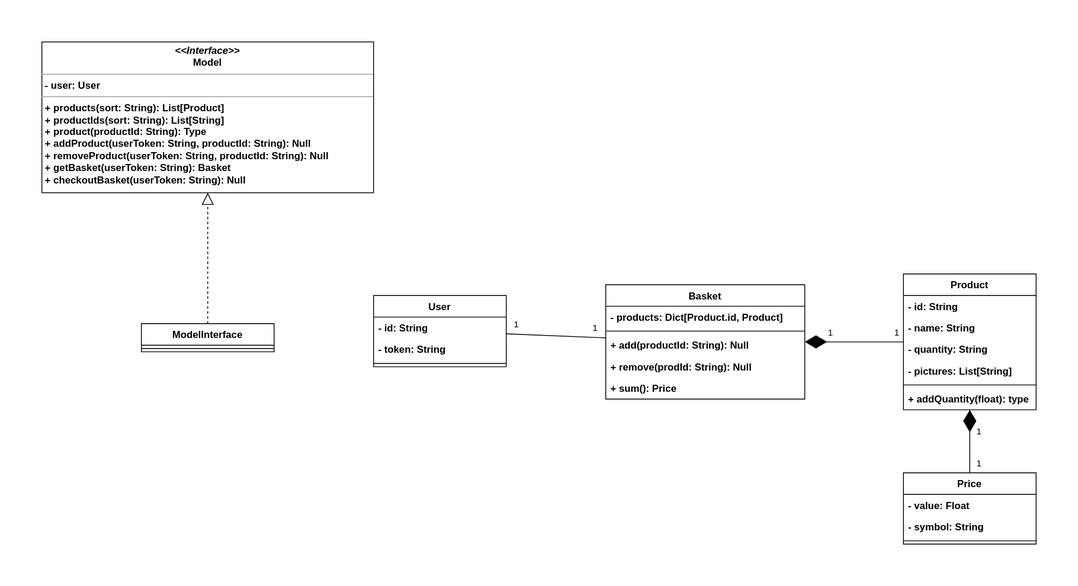
This is doc/resources/class-diagram.drawio.svg from israel-meiresonne/e-shop-1-backend, a draw.io export, as it was before one commit. Source tidied: cells renumbered, new cells last; positions are measured from the earlier drawing's top-left corner, leaving out a move shared by most shapes.
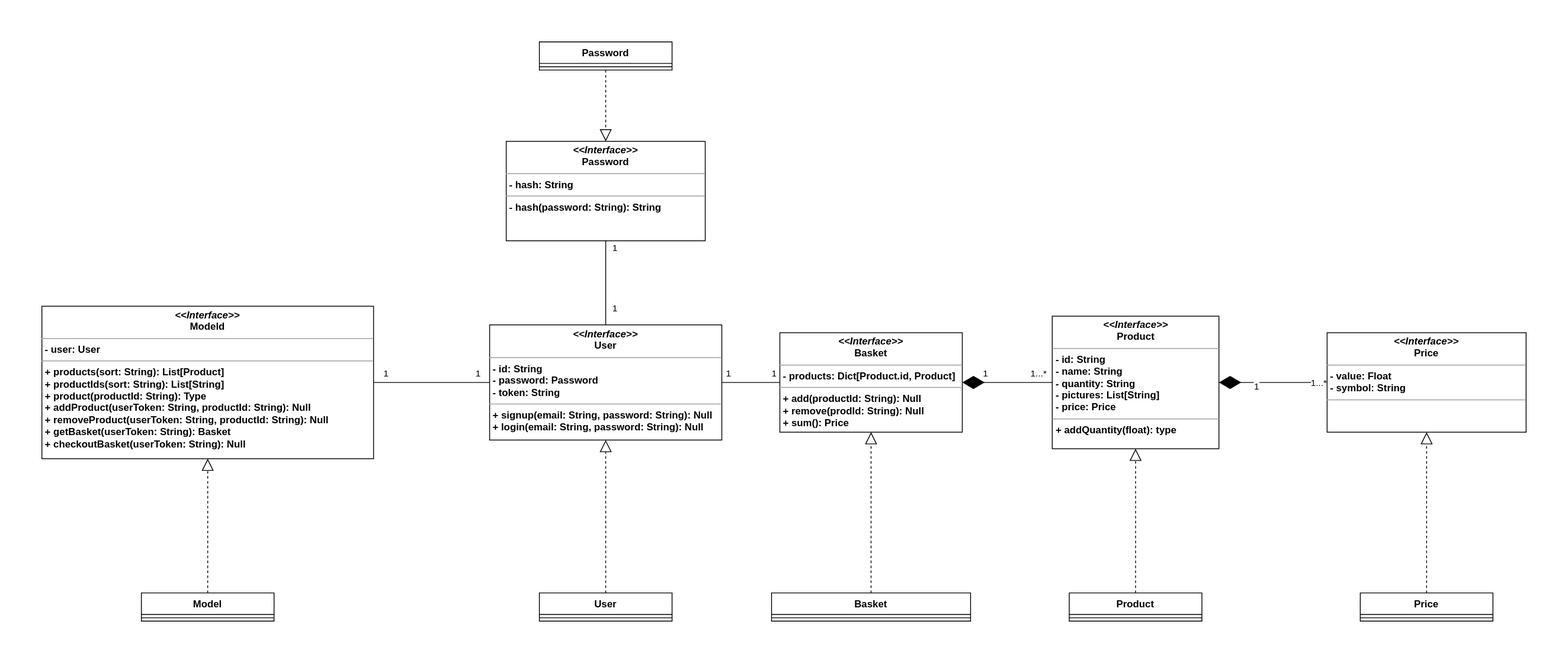
After the change.

Commit message:
Doc: in class diagram, implement SOLID principle

Diff of the diagram source:
```diff
@@ -3,60 +3,27 @@
     <mxCell id="0" />
     <mxCell id="1" parent="0" />
     <mxCell id="2" value="User" style="swimlane;fontStyle=1;align=center;verticalAlign=top;horizontal=1;startSize=26;whiteSpace=wrap;html=1;" parent="1" vertex="1">
-      <mxGeometry x="400" y="306" width="160" height="86" as="geometry" />
+      <mxGeometry x="400" y="345" width="160" height="34" as="geometry" />
     </mxCell>
-    <mxCell id="3" value="- id: String" style="text;strokeColor=none;fillColor=none;align=left;verticalAlign=top;spacingLeft=4;spacingRight=4;overflow=hidden;whiteSpace=wrap;html=1;fontStyle=1;" parent="2" vertex="1">
-      <mxGeometry y="26" width="160" height="26" as="geometry" />
-    </mxCell>
-    <mxCell id="4" value="- token: String" style="text;strokeColor=none;fillColor=none;align=left;verticalAlign=top;spacingLeft=4;spacingRight=4;overflow=hidden;whiteSpace=wrap;html=1;fontStyle=1;" parent="2" vertex="1">
-      <mxGeometry y="52" width="160" height="26" as="geometry" />
-    </mxCell>
     <mxCell id="5" style="line;strokeWidth=1;fillColor=none;align=left;verticalAlign=middle;spacingTop=-1;spacingLeft=3;spacingRight=3;labelPosition=right;strokeColor=inherit;" parent="2" vertex="1">
-      <mxGeometry y="78" width="160" height="8" as="geometry" />
+      <mxGeometry y="26" width="160" height="8" as="geometry" />
     </mxCell>
-    <mxCell id="6" value="&lt;p style=&quot;margin:0px;margin-top:4px;text-align:center;&quot;&gt;&lt;i&gt;&amp;lt;&amp;lt;Interface&amp;gt;&amp;gt;&lt;/i&gt;&lt;br&gt;&lt;span&gt;Model&lt;/span&gt;&lt;/p&gt;&lt;hr size=&quot;1&quot;&gt;&lt;p style=&quot;margin:0px;margin-left:4px;&quot;&gt;- user: User&lt;br&gt;&lt;/p&gt;&lt;hr size=&quot;1&quot;&gt;&lt;p style=&quot;margin:0px;margin-left:4px;&quot;&gt;+ products(sort: String): List[Product]&lt;/p&gt;&lt;p style=&quot;margin:0px;margin-left:4px;&quot;&gt;+ productIds(sort: String): List[String]&lt;br&gt;+ product(productId: String): Type&lt;br&gt;+ addProduct(userToken: String, productId: String): Null&lt;br&gt;+ removeProduct(userToken: String, productId: String): Null&lt;br&gt;+ getBasket(userToken: String): Basket&lt;br&gt;+ checkoutBasket(userToken: String): Null&lt;br&gt;&lt;/p&gt;" style="verticalAlign=top;align=left;overflow=fill;fontSize=12;fontFamily=Helvetica;html=1;whiteSpace=wrap;fontStyle=1;" parent="1" vertex="1">
-      <mxGeometry width="400" height="182" as="geometry" />
+    <mxCell id="6" value="&lt;p style=&quot;margin:0px;margin-top:4px;text-align:center;&quot;&gt;&lt;i&gt;&amp;lt;&amp;lt;Interface&amp;gt;&amp;gt;&lt;/i&gt;&lt;br&gt;Model&lt;span&gt;d&lt;/span&gt;&lt;/p&gt;&lt;hr size=&quot;1&quot;&gt;&lt;p style=&quot;margin:0px;margin-left:4px;&quot;&gt;- user: User&lt;br&gt;&lt;/p&gt;&lt;hr size=&quot;1&quot;&gt;&lt;p style=&quot;margin:0px;margin-left:4px;&quot;&gt;+ products(sort: String): List[Product]&lt;/p&gt;&lt;p style=&quot;margin:0px;margin-left:4px;&quot;&gt;+ productIds(sort: String): List[String]&lt;br&gt;+ product(productId: String): Type&lt;br&gt;+ addProduct(userToken: String, productId: String): Null&lt;br&gt;+ removeProduct(userToken: String, productId: String): Null&lt;br&gt;+ getBasket(userToken: String): Basket&lt;br&gt;+ checkoutBasket(userToken: String): Null&lt;br&gt;&lt;/p&gt;" style="verticalAlign=top;align=left;overflow=fill;fontSize=12;fontFamily=Helvetica;html=1;whiteSpace=wrap;fontStyle=1;" parent="1" vertex="1">
+      <mxGeometry x="-200" y="-1" width="400" height="184" as="geometry" />
     </mxCell>
     <mxCell id="7" value="Basket" style="swimlane;fontStyle=1;align=center;verticalAlign=top;horizontal=1;startSize=26;whiteSpace=wrap;html=1;" parent="1" vertex="1">
-      <mxGeometry x="680" y="293" width="240" height="138" as="geometry" />
+      <mxGeometry x="680" y="345" width="240" height="34" as="geometry" />
     </mxCell>
-    <mxCell id="8" value="&lt;b&gt;- products: Dict[Product.id, Product]&lt;/b&gt;" style="text;strokeColor=none;fillColor=none;align=left;verticalAlign=top;spacingLeft=4;spacingRight=4;overflow=hidden;whiteSpace=wrap;html=1;" parent="7" vertex="1">
-      <mxGeometry y="26" width="240" height="26" as="geometry" />
-    </mxCell>
     <mxCell id="9" style="line;strokeWidth=1;fillColor=none;align=left;verticalAlign=middle;spacingTop=-1;spacingLeft=3;spacingRight=3;labelPosition=right;strokeColor=inherit;" parent="7" vertex="1">
-      <mxGeometry y="52" width="240" height="8" as="geometry" />
+      <mxGeometry y="26" width="240" height="8" as="geometry" />
     </mxCell>
-    <mxCell id="10" value="+ add(productId: String): Null" style="text;strokeColor=none;fillColor=none;align=left;verticalAlign=top;spacingLeft=4;spacingRight=4;overflow=hidden;whiteSpace=wrap;html=1;fontStyle=1;" parent="7" vertex="1">
-      <mxGeometry y="60" width="240" height="26" as="geometry" />
-    </mxCell>
-    <mxCell id="11" value="+ remove(prodId: String): Null" style="text;strokeColor=none;fillColor=none;align=left;verticalAlign=top;spacingLeft=4;spacingRight=4;overflow=hidden;whiteSpace=wrap;html=1;fontStyle=1;" parent="7" vertex="1">
-      <mxGeometry y="86" width="240" height="26" as="geometry" />
-    </mxCell>
-    <mxCell id="12" value="+ sum(): Price" style="text;strokeColor=none;fillColor=none;align=left;verticalAlign=top;spacingLeft=4;spacingRight=4;overflow=hidden;whiteSpace=wrap;html=1;fontStyle=1;" parent="7" vertex="1">
-      <mxGeometry y="112" width="240" height="26" as="geometry" />
-    </mxCell>
     <mxCell id="13" value="Product" style="swimlane;fontStyle=1;align=center;verticalAlign=top;horizontal=1;startSize=26;whiteSpace=wrap;html=1;" parent="1" vertex="1">
-      <mxGeometry x="1039" y="280" width="160" height="164" as="geometry" />
+      <mxGeometry x="1039" y="345" width="160" height="34" as="geometry" />
     </mxCell>
-    <mxCell id="14" value="- id: String" style="text;strokeColor=none;fillColor=none;align=left;verticalAlign=top;spacingLeft=4;spacingRight=4;overflow=hidden;whiteSpace=wrap;html=1;fontStyle=1;" parent="13" vertex="1">
-      <mxGeometry y="26" width="160" height="26" as="geometry" />
-    </mxCell>
-    <mxCell id="15" value="- name: String" style="text;strokeColor=none;fillColor=none;align=left;verticalAlign=top;spacingLeft=4;spacingRight=4;overflow=hidden;whiteSpace=wrap;html=1;fontStyle=1;" parent="13" vertex="1">
-      <mxGeometry y="52" width="160" height="26" as="geometry" />
-    </mxCell>
-    <mxCell id="16" value="- quantity: String" style="text;strokeColor=none;fillColor=none;align=left;verticalAlign=top;spacingLeft=4;spacingRight=4;overflow=hidden;whiteSpace=wrap;html=1;fontStyle=1;" parent="13" vertex="1">
-      <mxGeometry y="78" width="160" height="26" as="geometry" />
-    </mxCell>
-    <mxCell id="17" value="- pictures: List[String]" style="text;strokeColor=none;fillColor=none;align=left;verticalAlign=top;spacingLeft=4;spacingRight=4;overflow=hidden;whiteSpace=wrap;html=1;fontStyle=1;" parent="13" vertex="1">
-      <mxGeometry y="104" width="160" height="26" as="geometry" />
-    </mxCell>
     <mxCell id="18" style="line;strokeWidth=1;fillColor=none;align=left;verticalAlign=middle;spacingTop=-1;spacingLeft=3;spacingRight=3;labelPosition=right;strokeColor=inherit;" parent="13" vertex="1">
-      <mxGeometry y="130" width="160" height="8" as="geometry" />
+      <mxGeometry y="26" width="160" height="8" as="geometry" />
     </mxCell>
-    <mxCell id="19" value="+ addQuantity(float): type" style="text;strokeColor=none;fillColor=none;align=left;verticalAlign=top;spacingLeft=4;spacingRight=4;overflow=hidden;whiteSpace=wrap;html=1;fontStyle=1;" parent="13" vertex="1">
-      <mxGeometry y="138" width="160" height="26" as="geometry" />
-    </mxCell>
-    <mxCell id="20" style="endArrow=none;html=1;rounded=0;" parent="1" edge="1" source="2" target="7">
+    <mxCell id="20" style="endArrow=none;html=1;rounded=0;" parent="1" edge="1" source="36" target="38">
       <mxGeometry relative="1" as="geometry" />
     </mxCell>
     <mxCell id="21" value="1" style="edgeLabel;html=1;align=center;verticalAlign=middle;" parent="20" vertex="1">
@@ -70,19 +37,13 @@
       </mxGeometry>
     </mxCell>
     <mxCell id="23" value="Price" style="swimlane;fontStyle=1;align=center;verticalAlign=top;horizontal=1;startSize=26;whiteSpace=wrap;html=1;" parent="1" vertex="1">
-      <mxGeometry x="1039" y="520" width="160" height="86" as="geometry" />
+      <mxGeometry x="1390" y="345" width="160" height="34" as="geometry" />
     </mxCell>
-    <mxCell id="24" value="- value: Float" style="text;strokeColor=none;fillColor=none;align=left;verticalAlign=top;spacingLeft=4;spacingRight=4;overflow=hidden;whiteSpace=wrap;html=1;fontStyle=1;" parent="23" vertex="1">
-      <mxGeometry y="26" width="160" height="26" as="geometry" />
-    </mxCell>
-    <mxCell id="25" value="- symbol: String" style="text;strokeColor=none;fillColor=none;align=left;verticalAlign=top;spacingLeft=4;spacingRight=4;overflow=hidden;whiteSpace=wrap;html=1;fontStyle=1;" parent="23" vertex="1">
-      <mxGeometry y="52" width="160" height="26" as="geometry" />
-    </mxCell>
     <mxCell id="26" style="line;strokeWidth=1;fillColor=none;align=left;verticalAlign=middle;spacingTop=-1;spacingLeft=3;spacingRight=3;labelPosition=right;strokeColor=inherit;" parent="23" vertex="1">
-      <mxGeometry y="78" width="160" height="8" as="geometry" />
+      <mxGeometry y="26" width="160" height="8" as="geometry" />
     </mxCell>
-    <mxCell id="27" value="ModelInterface" style="swimlane;fontStyle=1;align=center;verticalAlign=top;horizontal=1;startSize=26;whiteSpace=wrap;html=1;" parent="1" vertex="1">
-      <mxGeometry x="120" y="340" width="160" height="34" as="geometry" />
+    <mxCell id="27" value="Model" style="swimlane;fontStyle=1;align=center;verticalAlign=top;horizontal=1;startSize=26;whiteSpace=wrap;html=1;" parent="1" vertex="1">
+      <mxGeometry x="-80" y="345" width="160" height="34" as="geometry" />
     </mxCell>
     <mxCell id="28" style="line;strokeWidth=1;fillColor=none;align=left;verticalAlign=middle;spacingTop=-1;spacingLeft=3;spacingRight=3;labelPosition=right;strokeColor=inherit;" parent="27" vertex="1">
       <mxGeometry y="26" width="160" height="8" as="geometry" />
@@ -90,7 +51,7 @@
     <mxCell id="29" style="endArrow=block;dashed=1;endFill=0;endSize=12;html=1;rounded=0;" parent="1" edge="1" source="27" target="6">
       <mxGeometry relative="1" as="geometry" />
     </mxCell>
-    <mxCell id="30" style="endArrow=diamondThin;endFill=1;endSize=24;html=1;rounded=0;" parent="1" edge="1" source="23" target="13">
+    <mxCell id="30" style="endArrow=diamondThin;endFill=1;endSize=24;html=1;rounded=0;" parent="1" edge="1" source="40" target="39">
       <mxGeometry relative="1" as="geometry" />
     </mxCell>
     <mxCell id="31" value="1" style="edgeLabel;html=1;align=center;verticalAlign=middle;" parent="30" vertex="1">
@@ -98,12 +59,12 @@
         <mxPoint x="9" y="5" as="offset" />
       </mxGeometry>
     </mxCell>
-    <mxCell id="32" value="1" style="edgeLabel;html=1;align=center;verticalAlign=middle;" parent="30" vertex="1">
+    <mxCell id="32" value="1...*" style="edgeLabel;html=1;align=center;verticalAlign=middle;" parent="30" vertex="1">
       <mxGeometry x="-0.69" relative="1" as="geometry">
         <mxPoint x="10" as="offset" />
       </mxGeometry>
     </mxCell>
-    <mxCell id="33" style="endArrow=diamondThin;endFill=1;endSize=24;html=1;rounded=0;" parent="1" edge="1" source="13" target="7">
+    <mxCell id="33" style="endArrow=diamondThin;endFill=1;endSize=24;html=1;rounded=0;" parent="1" edge="1" source="39" target="38">
       <mxGeometry relative="1" as="geometry" />
     </mxCell>
     <mxCell id="34" value="1" style="edgeLabel;html=1;align=center;verticalAlign=middle;" parent="33" vertex="1">
@@ -111,10 +72,72 @@
         <mxPoint x="-2" y="-11" as="offset" />
       </mxGeometry>
     </mxCell>
-    <mxCell id="35" value="1" style="edgeLabel;html=1;align=center;verticalAlign=middle;" parent="33" vertex="1">
+    <mxCell id="35" value="1...*" style="edgeLabel;html=1;align=center;verticalAlign=middle;" parent="33" vertex="1">
       <mxGeometry x="-0.69" relative="1" as="geometry">
-        <mxPoint x="10" y="-12" as="offset" />
+        <mxPoint y="-12" as="offset" />
       </mxGeometry>
     </mxCell>
+    <mxCell id="36" value="&lt;p style=&quot;margin:0px;margin-top:4px;text-align:center;&quot;&gt;&lt;i&gt;&amp;lt;&amp;lt;Interface&amp;gt;&amp;gt;&lt;/i&gt;&lt;br&gt;&lt;span&gt;User&lt;/span&gt;&lt;/p&gt;&lt;hr size=&quot;1&quot;&gt;&lt;p style=&quot;margin:0px;margin-left:4px;&quot;&gt;- id: String&lt;br&gt;- password:&amp;nbsp;Password&lt;br&gt;- token: String&lt;/p&gt;&lt;hr size=&quot;1&quot;&gt;&lt;p style=&quot;margin:0px;margin-left:4px;&quot;&gt;+ signup(email: String, password: String): Null&lt;br style=&quot;border-color: var(--border-color);&quot;&gt;+ login(email: String, password: String): Null&lt;br&gt;&lt;/p&gt;" style="verticalAlign=top;align=left;overflow=fill;fontSize=12;fontFamily=Helvetica;html=1;whiteSpace=wrap;fontStyle=1;" parent="1" vertex="1">
+      <mxGeometry x="340" y="21.5" width="280" height="139" as="geometry" />
+    </mxCell>
+    <mxCell id="37" value="&lt;p style=&quot;margin:0px;margin-top:4px;text-align:center;&quot;&gt;&lt;i&gt;&amp;lt;&amp;lt;Interface&amp;gt;&amp;gt;&lt;/i&gt;&lt;br&gt;&lt;span&gt;Password&lt;/span&gt;&lt;/p&gt;&lt;hr size=&quot;1&quot;&gt;&lt;p style=&quot;margin:0px;margin-left:4px;&quot;&gt;- hash: String&lt;/p&gt;&lt;hr size=&quot;1&quot;&gt;&lt;p style=&quot;margin:0px;margin-left:4px;&quot;&gt;- hash(password: String): String&lt;/p&gt;" style="verticalAlign=top;align=left;overflow=fill;fontSize=12;fontFamily=Helvetica;html=1;whiteSpace=wrap;fontStyle=1;" parent="1" vertex="1">
+      <mxGeometry x="360" y="-200" width="240" height="120" as="geometry" />
+    </mxCell>
+    <mxCell id="38" value="&lt;p style=&quot;margin:0px;margin-top:4px;text-align:center;&quot;&gt;&lt;i&gt;&amp;lt;&amp;lt;Interface&amp;gt;&amp;gt;&lt;/i&gt;&lt;br&gt;&lt;span&gt;Basket&lt;/span&gt;&lt;/p&gt;&lt;hr size=&quot;1&quot;&gt;&lt;p style=&quot;margin:0px;margin-left:4px;&quot;&gt;&lt;b style=&quot;border-color: var(--border-color);&quot;&gt;- products: Dict[Product.id, Product]&lt;/b&gt;&lt;br&gt;&lt;/p&gt;&lt;hr size=&quot;1&quot;&gt;&lt;p style=&quot;margin:0px;margin-left:4px;&quot;&gt;+ add(productId: String): Null&lt;br&gt;+ remove(prodId: String): Null&lt;br&gt;+ sum(): Price&lt;br&gt;&lt;/p&gt;" style="verticalAlign=top;align=left;overflow=fill;fontSize=12;fontFamily=Helvetica;html=1;whiteSpace=wrap;fontStyle=1;" parent="1" vertex="1">
+      <mxGeometry x="690" y="31" width="220" height="120" as="geometry" />
+    </mxCell>
+    <mxCell id="39" value="&lt;p style=&quot;margin:0px;margin-top:4px;text-align:center;&quot;&gt;&lt;i&gt;&amp;lt;&amp;lt;Interface&amp;gt;&amp;gt;&lt;/i&gt;&lt;br&gt;&lt;span&gt;Product&lt;/span&gt;&lt;/p&gt;&lt;hr size=&quot;1&quot;&gt;&lt;p style=&quot;margin:0px;margin-left:4px;&quot;&gt;- id: String&lt;br&gt;- name: String&lt;br&gt;- quantity: String&lt;br&gt;- pictures: List[String]&lt;br&gt;- price: Price&lt;/p&gt;&lt;hr size=&quot;1&quot;&gt;&lt;p style=&quot;margin:0px;margin-left:4px;&quot;&gt;+ addQuantity(float): type&lt;br&gt;&lt;/p&gt;" style="verticalAlign=top;align=left;overflow=fill;fontSize=12;fontFamily=Helvetica;html=1;whiteSpace=wrap;fontStyle=1;" parent="1" vertex="1">
+      <mxGeometry x="1018.5" y="11" width="201" height="160" as="geometry" />
+    </mxCell>
+    <mxCell id="40" value="&lt;p style=&quot;margin:0px;margin-top:4px;text-align:center;&quot;&gt;&lt;i&gt;&amp;lt;&amp;lt;Interface&amp;gt;&amp;gt;&lt;/i&gt;&lt;br&gt;&lt;span&gt;Price&lt;/span&gt;&lt;/p&gt;&lt;hr size=&quot;1&quot;&gt;&lt;p style=&quot;margin:0px;margin-left:4px;&quot;&gt;- value: Float&lt;br&gt;- symbol: String&lt;br&gt;&lt;/p&gt;&lt;hr size=&quot;1&quot;&gt;&lt;p style=&quot;margin:0px;margin-left:4px;&quot;&gt;&lt;br&gt;&lt;/p&gt;" style="verticalAlign=top;align=left;overflow=fill;fontSize=12;fontFamily=Helvetica;html=1;whiteSpace=wrap;fontStyle=1;" parent="1" vertex="1">
+      <mxGeometry x="1350" y="31" width="240" height="120" as="geometry" />
+    </mxCell>
+    <mxCell id="41" style="endArrow=block;dashed=1;endFill=0;endSize=12;html=1;rounded=0;" parent="1" edge="1" source="2" target="36">
+      <mxGeometry relative="1" as="geometry" />
+    </mxCell>
+    <mxCell id="42" style="endArrow=block;dashed=1;endFill=0;endSize=12;html=1;rounded=0;" parent="1" edge="1" source="49" target="37">
+      <mxGeometry relative="1" as="geometry" />
+    </mxCell>
+    <mxCell id="43" style="endArrow=block;dashed=1;endFill=0;endSize=12;html=1;rounded=0;" parent="1" edge="1" source="7" target="38">
+      <mxGeometry relative="1" as="geometry" />
+    </mxCell>
+    <mxCell id="44" style="endArrow=block;dashed=1;endFill=0;endSize=12;html=1;rounded=0;" parent="1" edge="1" source="13" target="39">
+      <mxGeometry relative="1" as="geometry" />
+    </mxCell>
+    <mxCell id="45" style="endArrow=block;dashed=1;endFill=0;endSize=12;html=1;rounded=0;" parent="1" edge="1" source="23" target="40">
+      <mxGeometry relative="1" as="geometry" />
+    </mxCell>
+    <mxCell id="46" style="endArrow=none;html=1;rounded=0;" parent="1" edge="1" source="6" target="36">
+      <mxGeometry relative="1" as="geometry" />
+    </mxCell>
+    <mxCell id="47" value="1" style="edgeLabel;html=1;align=center;verticalAlign=middle;" parent="46" vertex="1">
+      <mxGeometry x="-0.8" relative="1" as="geometry">
+        <mxPoint y="-12" as="offset" />
+      </mxGeometry>
+    </mxCell>
+    <mxCell id="48" value="1" style="edgeLabel;html=1;align=center;verticalAlign=middle;" parent="46" vertex="1">
+      <mxGeometry x="0.78" y="1" relative="1" as="geometry">
+        <mxPoint y="-11" as="offset" />
+      </mxGeometry>
+    </mxCell>
+    <mxCell id="49" value="Password" style="swimlane;fontStyle=1;align=center;verticalAlign=top;horizontal=1;startSize=26;whiteSpace=wrap;html=1;" parent="1" vertex="1">
+      <mxGeometry x="400" y="-320" width="160" height="34" as="geometry" />
+    </mxCell>
+    <mxCell id="50" style="line;strokeWidth=1;fillColor=none;align=left;verticalAlign=middle;spacingTop=-1;spacingLeft=3;spacingRight=3;labelPosition=right;strokeColor=inherit;" parent="49" vertex="1">
+      <mxGeometry y="26" width="160" height="8" as="geometry" />
+    </mxCell>
+    <mxCell id="51" style="endArrow=none;html=1;rounded=0;" parent="1" edge="1" source="36" target="37">
+      <mxGeometry relative="1" as="geometry" />
+    </mxCell>
+    <mxCell id="52" value="1" style="edgeLabel;html=1;align=center;verticalAlign=middle;" parent="51" vertex="1">
+      <mxGeometry x="-0.8" relative="1" as="geometry">
+        <mxPoint x="10" y="-10" as="offset" />
+      </mxGeometry>
+    </mxCell>
+    <mxCell id="53" value="1" style="edgeLabel;html=1;align=center;verticalAlign=middle;" parent="51" vertex="1">
+      <mxGeometry x="0.78" y="1" relative="1" as="geometry">
+        <mxPoint x="11" y="-2" as="offset" />
+      </mxGeometry>
+    </mxCell>
   </root>
 </mxGraphModel>
```
